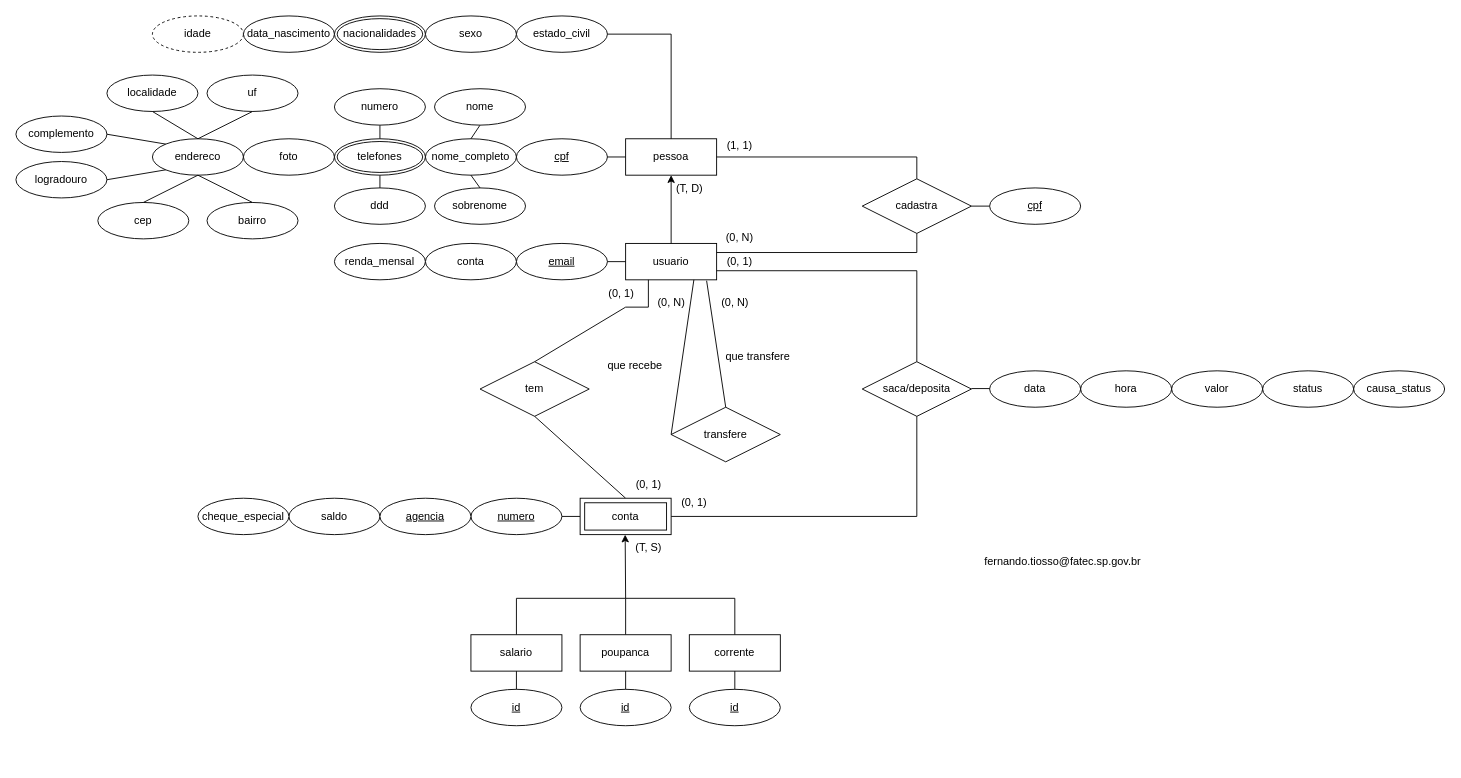
The draw.io diagram database-modeling/conceptual-database-model.drawio in MathGPereira/bit-bank, before the edit. Source tidied: cells renumbered, new cells numbered last; positions are measured from the earlier drawing's top-left corner, leaving out a move shared by most shapes. Both pictures are drawn from the tidied source at 91%, with x=0, y=0 at pixel (15, 15).
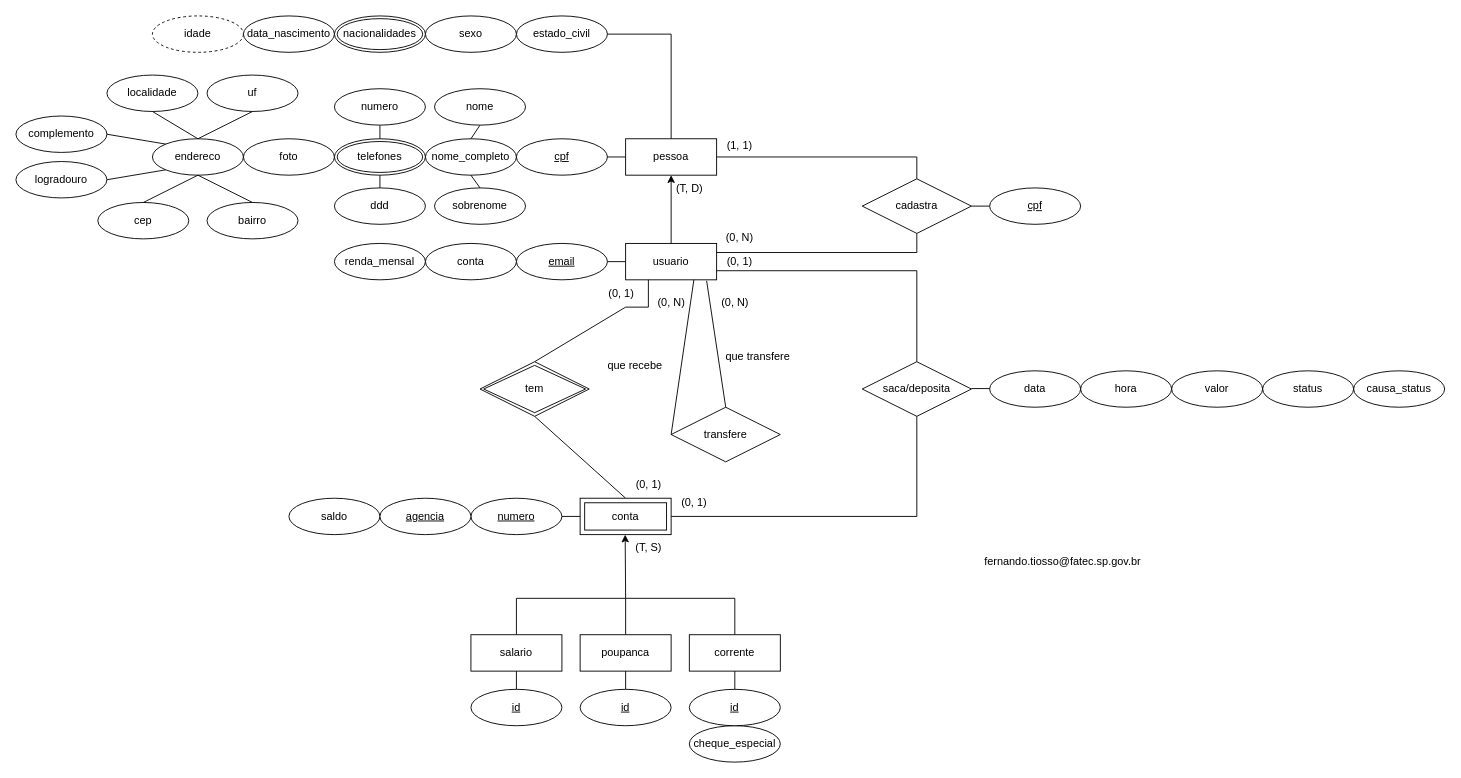
Above is the later version.

The change refers to these unchanged cells:
```xml
<mxCell id="2" value="usuario" style="whiteSpace=wrap;html=1;align=center;" parent="1" vertex="1">
  <mxGeometry x="670" y="250" width="100" height="40" as="geometry" />
</mxCell>
```

Change to the diagram source:
```diff
@@
     <mxCell id="30" value="cheque_especial" style="ellipse;whiteSpace=wrap;html=1;align=center;" parent="1" vertex="1">
-      <mxGeometry x="200" y="530" width="100" height="40" as="geometry" />
+      <mxGeometry x="740" y="780" width="100" height="40" as="geometry" />
     </mxCell>
-    <mxCell id="31" value="tem" style="shape=rhombus;perimeter=rhombusPerimeter;whiteSpace=wrap;html=1;align=center;" parent="1" vertex="1">
-      <mxGeometry x="510" y="380" width="120" height="60" as="geometry" />
-    </mxCell>
@@
-    <mxCell id="53" style="endArrow=none;html=1;rounded=0;entryX=0.25;entryY=1;entryDx=0;entryDy=0;exitX=0.5;exitY=0;exitDx=0;exitDy=0;" parent="1" edge="1" source="31" target="2">
+    <mxCell id="53" style="endArrow=none;html=1;rounded=0;entryX=0.25;entryY=1;entryDx=0;entryDy=0;exitX=0.5;exitY=0;exitDx=0;exitDy=0;" parent="1" edge="1" target="2">
       <mxGeometry relative="1" as="geometry">
+        <mxPoint x="570" y="380" as="sourcePoint" />
         <Array as="points">
           <mxPoint x="670" y="320" />
           <mxPoint x="695" y="320" />
         </Array>
       </mxGeometry>
     </mxCell>
-    <mxCell id="54" style="endArrow=none;html=1;rounded=0;exitX=0.5;exitY=0;exitDx=0;exitDy=0;entryX=0.5;entryY=1;entryDx=0;entryDy=0;" parent="1" edge="1" target="31">
+    <mxCell id="54" style="endArrow=none;html=1;rounded=0;exitX=0.5;exitY=0;exitDx=0;exitDy=0;entryX=0.5;entryY=1;entryDx=0;entryDy=0;" parent="1" edge="1">
       <mxGeometry relative="1" as="geometry">
         <mxPoint x="670" y="530" as="sourcePoint" />
+        <mxPoint x="570" y="440" as="targetPoint" />
       </mxGeometry>
     </mxCell>
@@
+    <mxCell id="31" value="tem" style="shape=rhombus;double=1;perimeter=rhombusPerimeter;whiteSpace=wrap;html=1;align=center;" parent="1" vertex="1">
+      <mxGeometry x="510" y="380" width="120" height="60" as="geometry" />
+    </mxCell>
```
